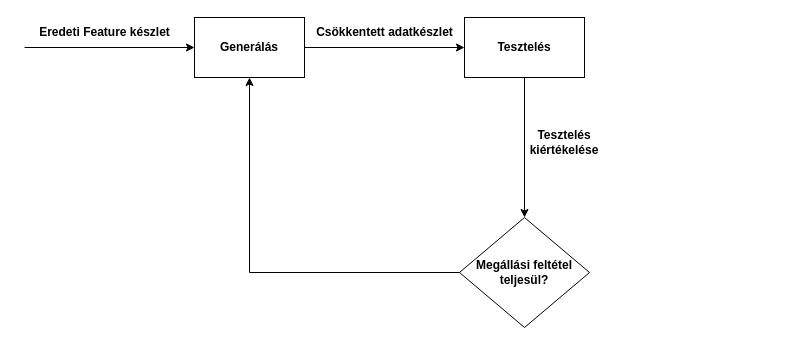
HabanAndras/Gepi-latas keeps this draw.io diagram as Megnevezetlen diagram.drawio. Above is the earlier version. Source tidied: cells renumbered, new cells numbered last; positions are measured from the earlier drawing's top-left corner, leaving out a move shared by most shapes. Both pictures are drawn from the tidied source at 100%, with x=0, y=0 at pixel (24, 17).
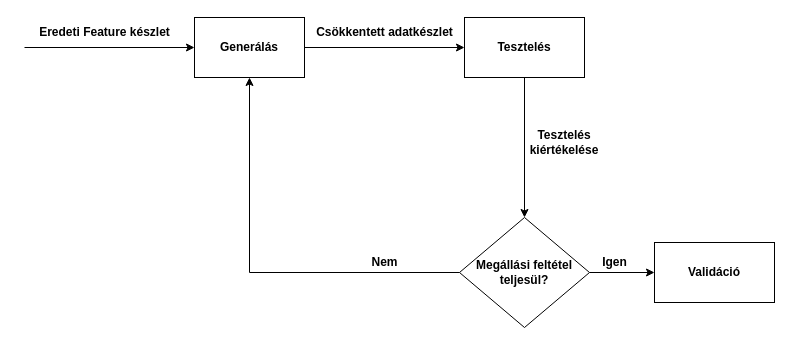
After the change.

Diff of the diagram source:
```diff
@@
 <mxGraphModel>
   <root>
     <mxCell id="0" />
     <mxCell id="1" parent="0" />
     <mxCell id="2" style="endArrow=classic;html=1;rounded=0;" parent="1" edge="1" target="4">
       <mxGeometry relative="1" as="geometry">
         <mxPoint y="30" as="sourcePoint" />
       </mxGeometry>
     </mxCell>
     <mxCell id="3" value="&lt;b&gt;Eredeti Feature készlet&lt;br&gt;&lt;/b&gt;" style="text;html=1;align=center;verticalAlign=middle;strokeColor=none;fillColor=none;" parent="1" vertex="1">
       <mxGeometry width="160" height="30" as="geometry" />
     </mxCell>
     <mxCell id="4" value="&lt;b&gt;Generálás&lt;/b&gt;" style="rounded=0;whiteSpace=wrap;html=1;" parent="1" vertex="1">
       <mxGeometry x="170" width="110" height="60" as="geometry" />
     </mxCell>
     <mxCell id="5" style="endArrow=classic;html=1;rounded=0;exitX=1;exitY=0.5;exitDx=0;exitDy=0;" parent="1" edge="1" source="4">
       <mxGeometry relative="1" as="geometry">
         <mxPoint x="440" y="30" as="targetPoint" />
       </mxGeometry>
     </mxCell>
     <mxCell id="6" value="&lt;b&gt;Csökkentett adatkészlet&lt;br&gt;&lt;/b&gt;" style="text;html=1;align=center;verticalAlign=middle;strokeColor=none;fillColor=none;" parent="1" vertex="1">
       <mxGeometry x="280" width="160" height="30" as="geometry" />
     </mxCell>
     <mxCell id="7" value="&lt;b&gt;Tesztelés&lt;/b&gt;" style="rounded=0;whiteSpace=wrap;html=1;" parent="1" vertex="1">
       <mxGeometry x="440" width="120" height="60" as="geometry" />
     </mxCell>
     <mxCell id="8" style="endArrow=classic;html=1;rounded=0;exitX=0.5;exitY=1;exitDx=0;exitDy=0;" parent="1" edge="1" source="7">
       <mxGeometry relative="1" as="geometry">
         <mxPoint x="500" y="200" as="targetPoint" />
       </mxGeometry>
     </mxCell>
     <mxCell id="9" value="&lt;b&gt;Tesztelés kiértékelése&lt;br&gt;&lt;/b&gt;" style="text;html=1;strokeColor=none;fillColor=none;align=center;verticalAlign=middle;whiteSpace=wrap;rounded=0;" parent="1" vertex="1">
       <mxGeometry x="510" y="110" width="60" height="30" as="geometry" />
     </mxCell>
     <mxCell id="10" value="&lt;b&gt;Megállási feltétel teljesül?&lt;/b&gt;" style="rhombus;whiteSpace=wrap;html=1;" parent="1" vertex="1">
       <mxGeometry x="435" y="200" width="130" height="110" as="geometry" />
     </mxCell>
     <mxCell id="11" style="endArrow=classic;html=1;rounded=0;exitX=0;exitY=0.5;exitDx=0;exitDy=0;entryX=0.5;entryY=1;entryDx=0;entryDy=0;" parent="1" edge="1" source="10" target="4">
       <mxGeometry relative="1" as="geometry">
         <Array as="points">
           <mxPoint x="225" y="255" />
         </Array>
       </mxGeometry>
     </mxCell>
+    <mxCell id="12" value="&lt;b&gt;Nem&lt;/b&gt;" style="text;html=1;align=center;verticalAlign=middle;strokeColor=none;fillColor=none;" parent="1" vertex="1">
+      <mxGeometry x="335" y="230" width="50" height="30" as="geometry" />
+    </mxCell>
+    <mxCell id="13" style="endArrow=classic;html=1;rounded=0;exitX=1;exitY=0.5;exitDx=0;exitDy=0;" parent="1" edge="1" source="10">
+      <mxGeometry relative="1" as="geometry">
+        <mxPoint x="630" y="255" as="targetPoint" />
+      </mxGeometry>
+    </mxCell>
+    <mxCell id="14" value="&lt;b&gt;Igen&lt;/b&gt;" style="text;html=1;align=center;verticalAlign=middle;strokeColor=none;fillColor=none;" parent="1" vertex="1">
+      <mxGeometry x="565" y="230" width="50" height="30" as="geometry" />
+    </mxCell>
+    <mxCell id="15" value="&lt;b&gt;Validáció&lt;/b&gt;" style="rounded=0;whiteSpace=wrap;html=1;" parent="1" vertex="1">
+      <mxGeometry x="630" y="225" width="120" height="60" as="geometry" />
+    </mxCell>
   </root>
 </mxGraphModel>
```
